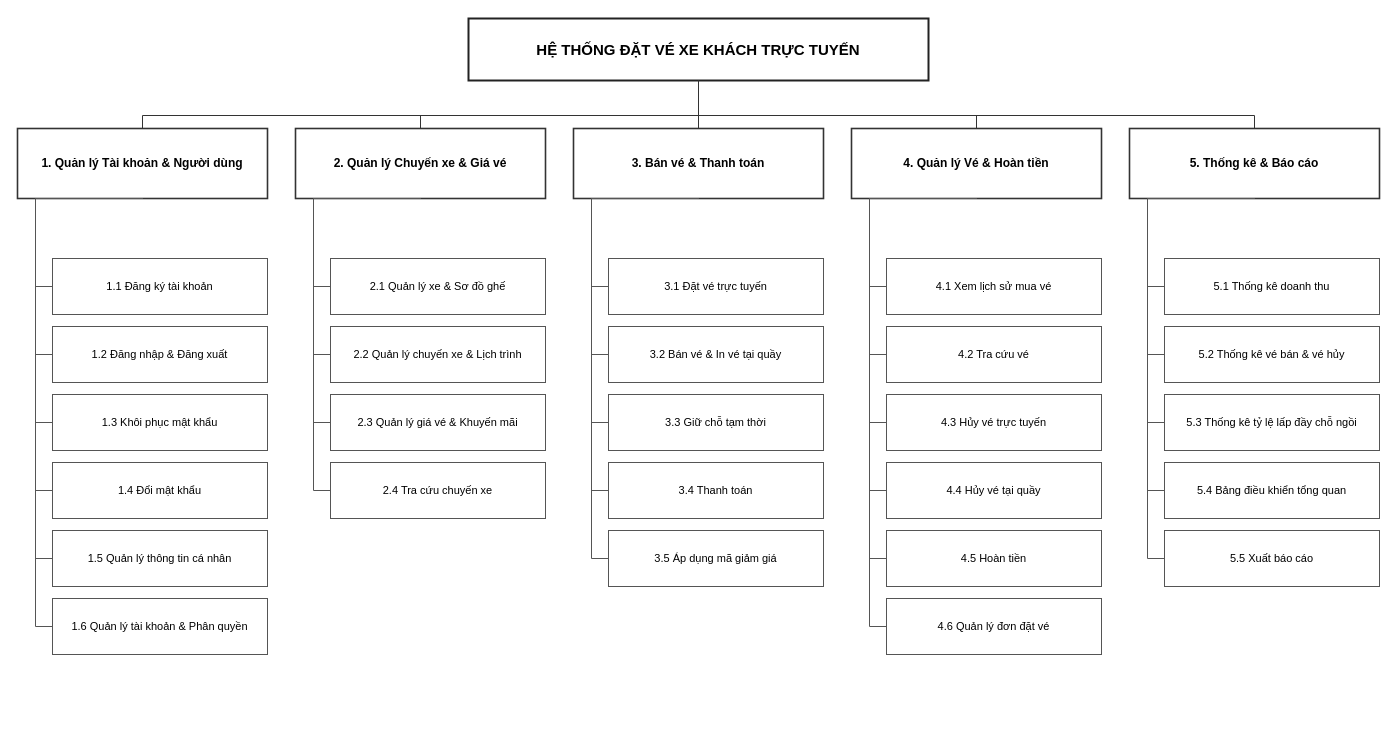
Above: docs/bfd/BFD.drawio in Longcodepro/Project_OOAD_HK1_2026-2027 (draw.io), before the change. Source tidied: cells renumbered, new cells numbered last; positions are measured from the earlier drawing's top-left corner, leaving out a move shared by most shapes. Both pictures are drawn from the tidied source at 100%, with x=0, y=0 at pixel (17, 18).
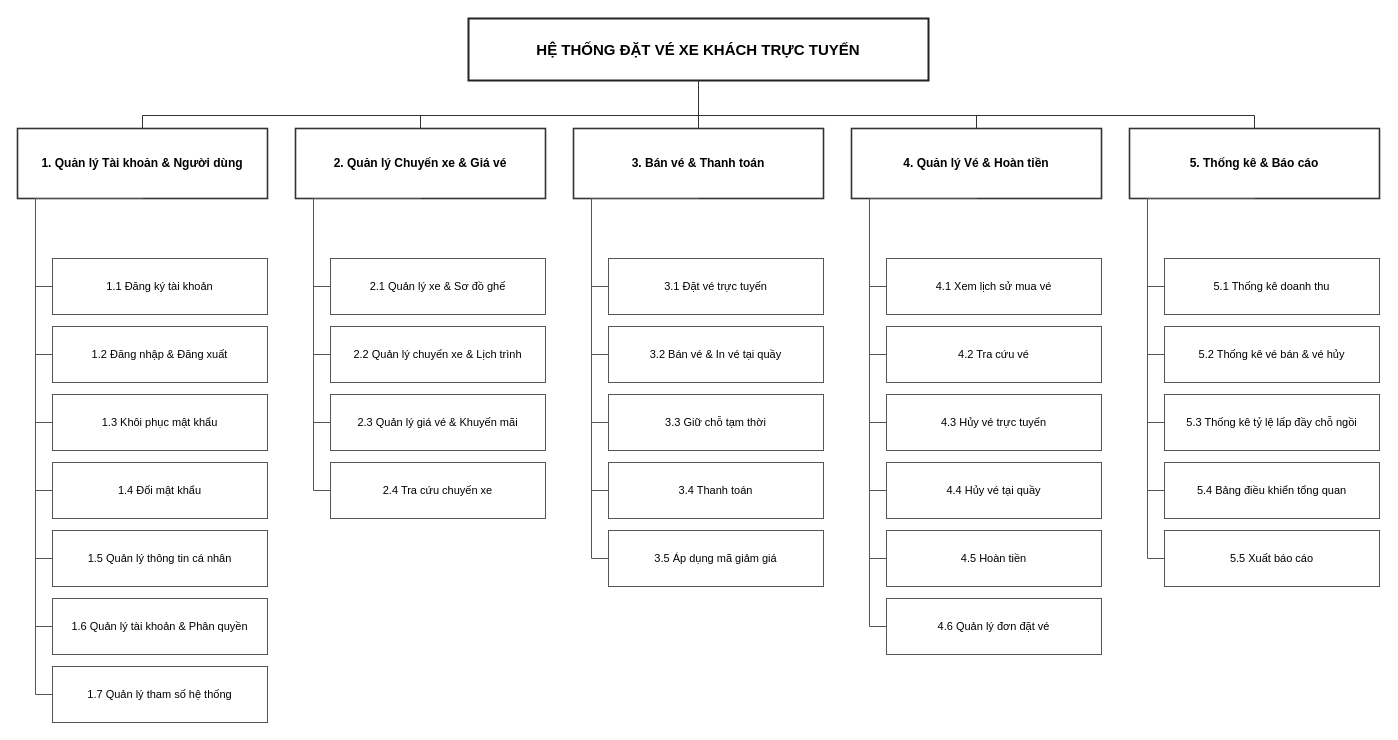
The same diagram, later.

Unchanged cells that the change refers to:
```xml
<mxCell id="3" value="1. Quản lý Tài khoản &amp; Người dùng" style="rounded=0;whiteSpace=wrap;html=1;fontSize=12;fontStyle=1;fillColor=#FFFFFF;strokeColor=#333333;strokeWidth=1.6;fontColor=#000000;" parent="1" vertex="1">
  <mxGeometry y="110" width="250" height="70" as="geometry" />
</mxCell>
```

The edit, as a diff of the source:
```diff
@@
+    <mxCell id="65" value="1.7 Quản lý tham số hệ thống" style="rounded=0;whiteSpace=wrap;html=1;fontSize=11;fillColor=#FFFFFF;strokeColor=#555555;fontColor=#000000;" parent="1" vertex="1">
+      <mxGeometry x="35" y="648" width="215" height="56" as="geometry" />
+    </mxCell>
+    <mxCell id="66" style="edgeStyle=orthogonalEdgeStyle;rounded=0;html=1;endArrow=none;strokeColor=#555555;exitX=0.5;exitY=1;exitDx=0;exitDy=0;entryX=0;entryY=0.5;entryDx=0;entryDy=0;" parent="1" edge="1" source="3" target="65">
+      <mxGeometry relative="1" as="geometry">
+        <Array as="points">
+          <mxPoint x="18" y="676" />
+        </Array>
+      </mxGeometry>
+    </mxCell>
```
